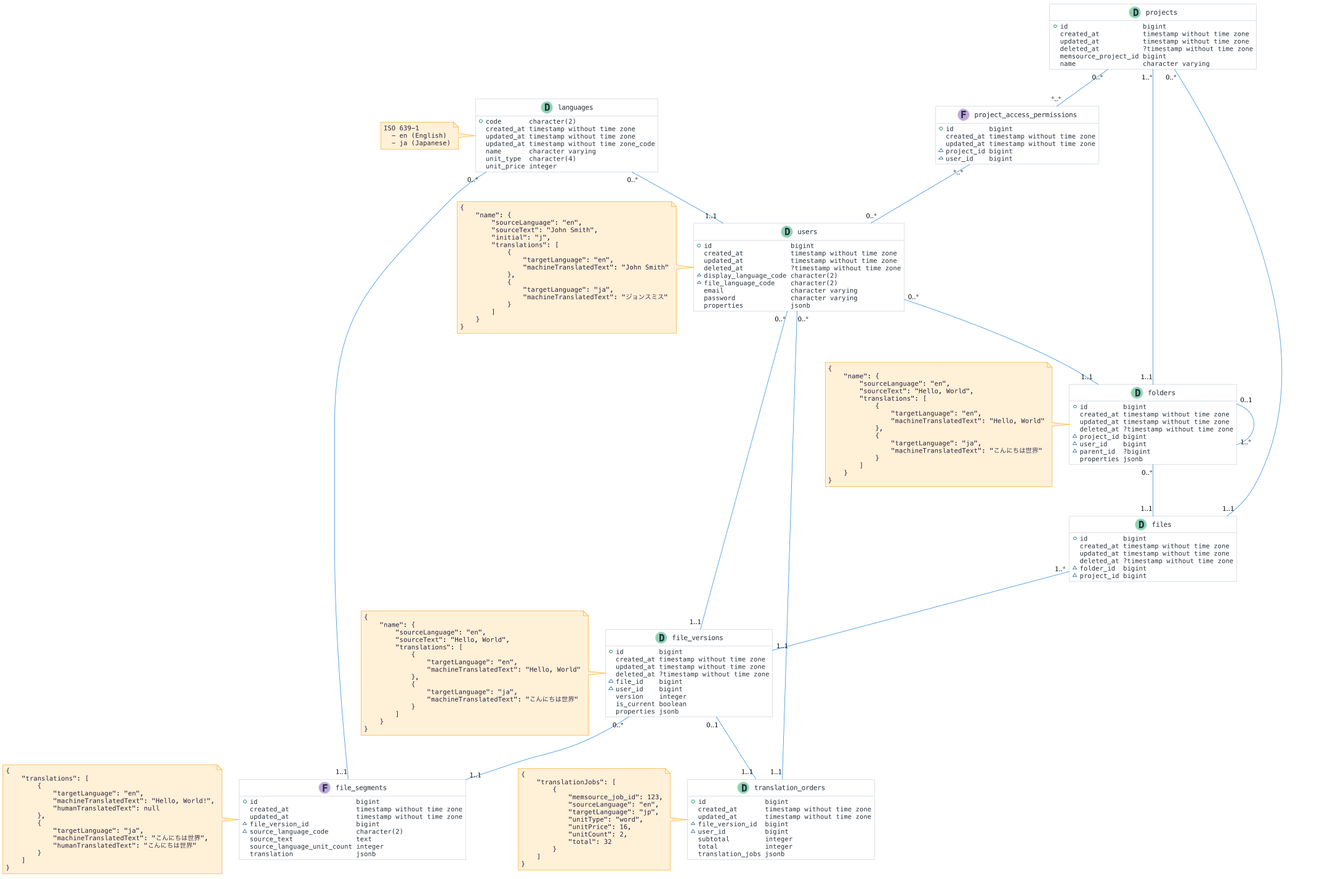
The PlantUML diagram rest-api/PhysicalDataModel.png in james-wovn/learn-go, before a commit. Its diagram source:
```plantuml
@startuml


hide empty fields
hide empty methods

skinparam Shadowing false

skinparam ArrowBlack #3892E5

skinparam ClassBackgroundColor #FFFFFF
skinparam ClassBorderColor #DEE5EC
skinparam ClassArrowColor #3892E5
skinparam ClassAttributeFontColor #27313B
skinparam ClassAttributeFontName Monospaced
skinparam ClassAttributeFontSize 13
skinparam ClassAttributeFontStyle normal
skinparam ClassFontColor #27313B
skinparam ClassFontName Monospaced
skinparam ClassFontSize 14
skinparam ClassFontStyle normal
skinparam CircledCharacterFontColor #27313B
skinparam CircledCharacterFontName Monospaced
skinparam CircledCharacterFontSize 20
skinparam CircledCharacterFontStyle bold

skinparam NoteBackgroundColor #FFF0D8
skinparam NoteBorderColor #FFB63D
skinparam NoteFontColor #27213B
skinparam NoteFontName Monospaced
skinparam NoteFontSize 13
skinparam NoteFontStyle normal

class projects << (D, #8CD4B0) >> {
    {field} +id                   bigint
    {field} created_at           timestamp without time zone
    {field} updated_at           timestamp without time zone
    {field} deleted_at           ?timestamp without time zone
    {field} memsource_project_id bigint
    {field} name                 character varying
}

class languages << (D, #8CD4B0) >> {
    {field} +code       character(2)
    {field} created_at timestamp without time zone
    {field} updated_at timestamp without time zone
    {field} updated_at timestamp without time zone_code
    {field} name       character varying
    {field} unit_type  character(4)
    {field} unit_price integer
}
note left
    ISO 639-1
      - en (English)
      - ja (Japanese)
end note

class users << (D, #8CD4B0) >> {
    {field} +id                    bigint
    {field} created_at            timestamp without time zone
    {field} updated_at            timestamp without time zone
    {field} deleted_at            ?timestamp without time zone
    {field} ~display_language_code character(2)
    {field} ~file_language_code    character(2)
    {field} email                 character varying
    {field} password              character varying
    {field} properties            jsonb
}
note left
    {
        "name": {
            "sourceLanguage": "en",
            "sourceText": "John Smith",
            "initial": "j",
            "translations": [
                {
                    "targetLanguage": "en",
                    "machineTranslatedText": "John Smith"
                },
                {
                    "targetLanguage": "ja",
                    "machineTranslatedText": "ジョンスミス"
                }
            ]
        }
    }
end note

class project_access_permissions << (F, #C0A5E0) >> {
    {field} +id         bigint
    {field} created_at timestamp without time zone
    {field} updated_at timestamp without time zone
    {field} ~project_id bigint
    {field} ~user_id    bigint
}

class folders << (D, #8CD4B0) >> {
    {field} +id         bigint
    {field} created_at timestamp without time zone
    {field} updated_at timestamp without time zone
    {field} deleted_at ?timestamp without time zone
    {field} ~project_id bigint
    {field} ~user_id    bigint
    {field} ~parent_id  ?bigint
    {field} properties jsonb
}
note left
    {
        "name": {
            "sourceLanguage": "en",
            "sourceText": "Hello, World",
            "translations": [
                {
                    "targetLanguage": "en",
                    "machineTranslatedText": "Hello, World"
                },
                {
                    "targetLanguage": "ja",
                    "machineTranslatedText": "こんにちは世界"
                }
            ]
        }
    }
end note

class files << (D, #8CD4B0) >> {
    {field} +id         bigint
    {field} created_at timestamp without time zone
    {field} updated_at timestamp without time zone
    {field} deleted_at ?timestamp without time zone
    {field} ~folder_id  bigint
    {field} ~project_id bigint
}

class file_versions << (D, #8CD4B0) >> {
    {field} +id         bigint
    {field} created_at timestamp without time zone
    {field} updated_at timestamp without time zone
    {field} deleted_at ?timestamp without time zone
    {field} ~file_id    bigint
    {field} ~user_id    bigint
    {field} version    integer
    {field} is_current boolean
    {field} properties jsonb
}
note left
    {
        "name": {
            "sourceLanguage": "en",
            "sourceText": "Hello, World",
            "translations": [
                {
                    "targetLanguage": "en",
                    "machineTranslatedText": "Hello, World"
                },
                {
                    "targetLanguage": "ja",
                    "machineTranslatedText": "こんにちは世界"
                }
            ]
        }
    }
end note

class file_segments << (F, #C0A5E0) >> {
    {field} +id                         bigint
    {field} created_at                 timestamp without time zone
    {field} updated_at                 timestamp without time zone
    {field} ~file_version_id            bigint
    {field} ~source_language_code       character(2)
    {field} source_text                text
    {field} source_language_unit_count integer
    {field} translation                jsonb
}
note left
    {
        "translations": [
            {
                "targetLanguage": "en",
                "machineTranslatedText": "Hello, World!",
                "humanTranslatedText": null
            },
            {
                "targetLanguage": "ja",
                "machineTranslatedText": "こんにちは世界",
                "humanTranslatedText": "こんにちは世界"
            }
        ]
    }
end note

class translation_orders << (D, #8CD4B0) >> {
    {field} +id               bigint
    {field} created_at       timestamp without time zone
    {field} updated_at       timestamp without time zone
    {field} ~file_version_id  bigint
    {field} ~user_id          bigint
    {field} subtotal         integer
    {field} total            integer
    {field} translation_jobs jsonb

}
note left
    {
        "translationJobs": [
            {
                "memsource_job_id": 123,
                "sourceLanguage": "en",
                "targetLanguage": "jp",
                "unitType": "word",
                "unitPrice": 16,
                "unitCount": 2,
                "total": 32
            }
        ]
    }
end note

languages "0..*" -- "1..1" users
languages "0..*" -- "1..1" file_segments

users "0..*" -- "1..1" folders
users "0..*" -- "1..1" file_versions
users "0..*" -- "1..1" translation_orders

projects "1..*" -- "1..1" folders
projects "0..*" -- "1..1" files

projects "0..*" -- "*..*" project_access_permissions
project_access_permissions "*..*" -- "0..*" users

folders "0..1" -- "1..*" folders
folders "0..*" -- "1..1" files

files "1..*" -- "1..1" file_versions

file_versions "0..*" -- "1..1" file_segments
file_versions "0..1" -- "1..1" translation_orders

@enduml
```
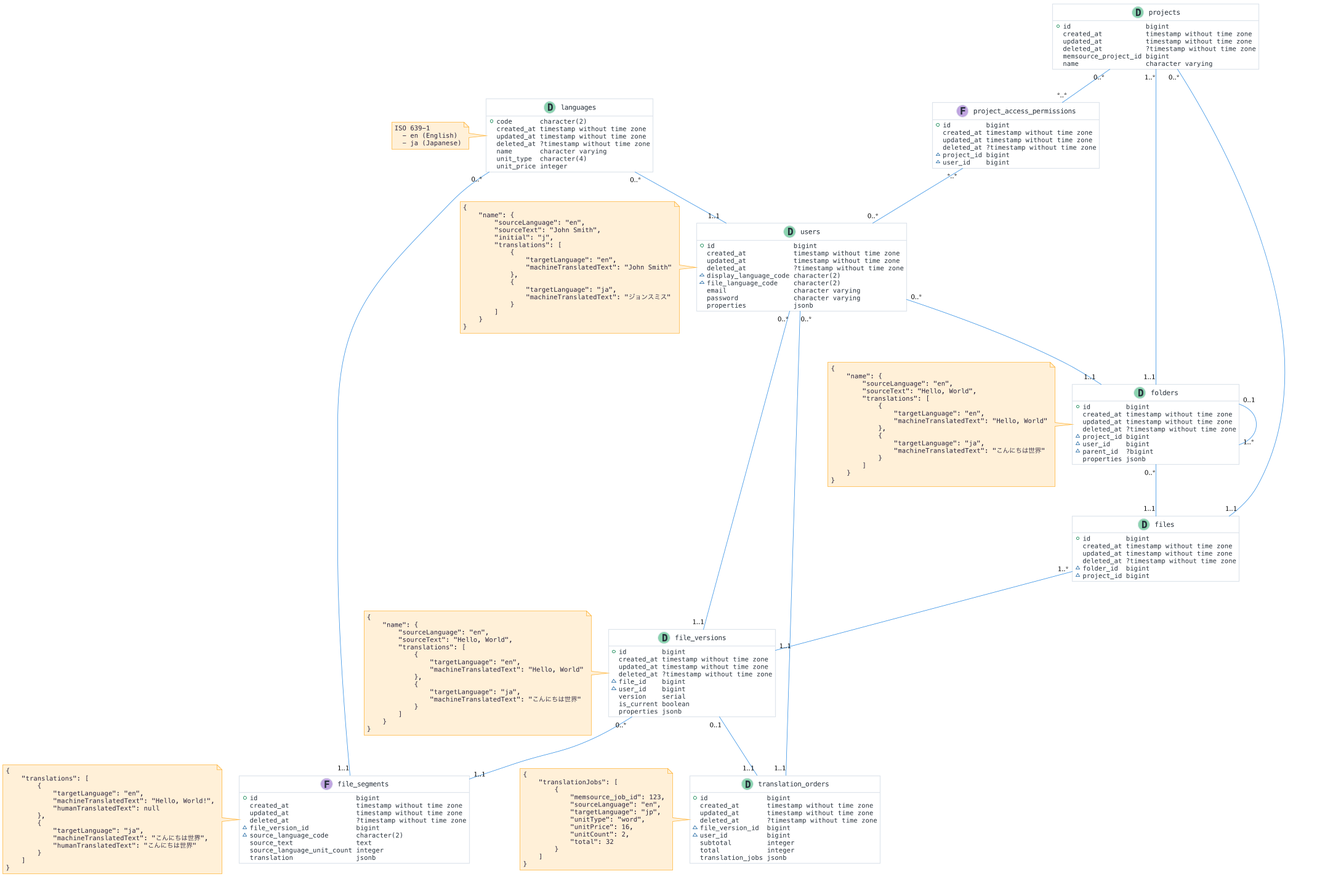
After the change.

Commit message:
Correct version data type

What changed in the source:
```diff
@@ -44,7 +44,7 @@
     {field} +code       character(2)
     {field} created_at timestamp without time zone
     {field} updated_at timestamp without time zone
-    {field} updated_at timestamp without time zone_code
+    {field} deleted_at ?timestamp without time zone
     {field} name       character varying
     {field} unit_type  character(4)
     {field} unit_price integer
@@ -90,6 +90,7 @@
     {field} +id         bigint
     {field} created_at timestamp without time zone
     {field} updated_at timestamp without time zone
+    {field} deleted_at ?timestamp without time zone
     {field} ~project_id bigint
     {field} ~user_id    bigint
 }
@@ -139,7 +140,7 @@
     {field} deleted_at ?timestamp without time zone
     {field} ~file_id    bigint
     {field} ~user_id    bigint
-    {field} version    integer
+    {field} version    serial
     {field} is_current boolean
     {field} properties jsonb
 }
@@ -166,6 +167,7 @@
     {field} +id                         bigint
     {field} created_at                 timestamp without time zone
     {field} updated_at                 timestamp without time zone
+    {field} deleted_at                 ?timestamp without time zone
     {field} ~file_version_id            bigint
     {field} ~source_language_code       character(2)
     {field} source_text                text
@@ -193,6 +195,7 @@
     {field} +id               bigint
     {field} created_at       timestamp without time zone
     {field} updated_at       timestamp without time zone
+    {field} deleted_at       ?timestamp without time zone
     {field} ~file_version_id  bigint
     {field} ~user_id          bigint
     {field} subtotal         integer
```
